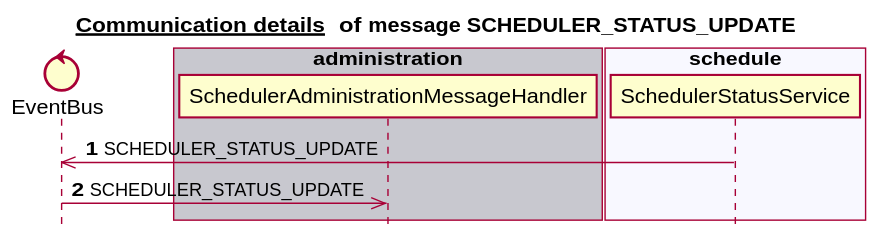
Earlier version of the PlantUML export docs/latest/images/gen_domain_messaging_scheduler_status_update.svg (mercedes-benz/sechub). Its diagram source:
```plantuml
@startuml


title __Communication details __ of **message SCHEDULER_STATUS_UPDATE**
skinparam style strictuml


control EventBus
box "notification" #C8C8CF
end box
box "authorization" #F8F8FF
end box
box "administration" #C8C8CF
   participant SchedulerAdministrationMessageHandler
end box
box "schedule" #F8F8FF
   participant SchedulerStatusService
end box
box "scan" #C8C8CF
end box
autonumber 1
SchedulerStatusService ->> EventBus:SCHEDULER_STATUS_UPDATE
EventBus ->> SchedulerAdministrationMessageHandler:SCHEDULER_STATUS_UPDATE
autonumber stop


@enduml
```
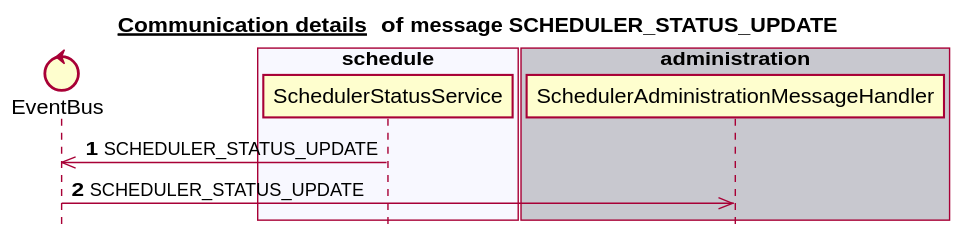
After the commit.

The edit, as a diff of the source:
```diff
@@ -6,17 +6,17 @@
 
 
 control EventBus
-box "notification" #C8C8CF
-end box
-box "authorization" #F8F8FF
-end box
-box "administration" #C8C8CF
-   participant SchedulerAdministrationMessageHandler
+box "scan" #C8C8CF
 end box
 box "schedule" #F8F8FF
    participant SchedulerStatusService
 end box
-box "scan" #C8C8CF
+box "authorization" #C8C8CF
+end box
+box "notification" #F8F8FF
+end box
+box "administration" #C8C8CF
+   participant SchedulerAdministrationMessageHandler
 end box
 autonumber 1
 SchedulerStatusService ->> EventBus:SCHEDULER_STATUS_UPDATE
```
